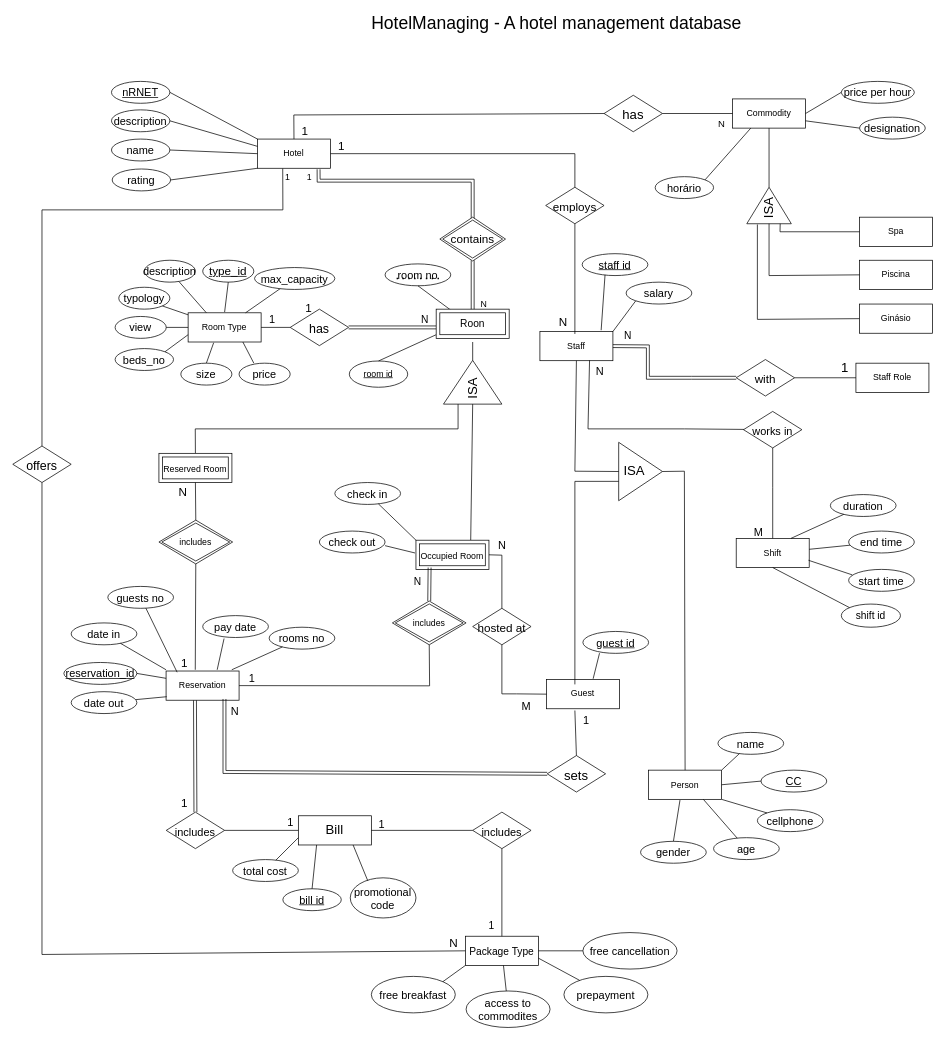
Before: HotelManagingER.drawio in icbaptista/HotelManaging, a draw.io diagram. Source tidied: cells renumbered, new cells numbered last; positions are measured from the earlier drawing's top-left corner, leaving out a move shared by most shapes. Both pictures are drawn from the tidied source at 73%, with x=0, y=0 at pixel (12, 12).
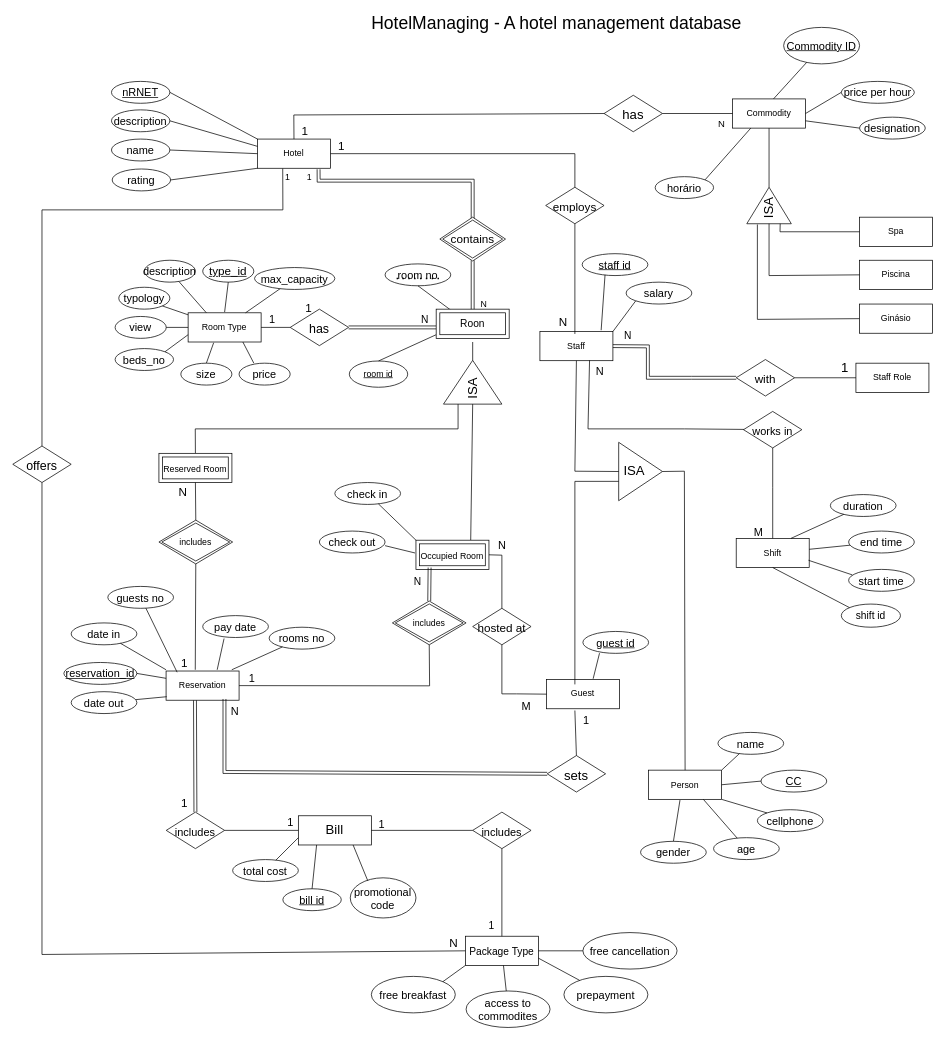
The same page after the edit.

Commit message:
Meti o Commodity ID

What changed in the source:
```diff
@@
+    <mxCell id="189" value="&lt;u&gt;Commodity ID&lt;/u&gt;" style="ellipse;whiteSpace=wrap;html=1;fontFamily=Helvetica;fontSize=15;fontColor=default;" parent="1" vertex="1">
+      <mxGeometry x="1056" y="20" width="104" height="50" as="geometry" />
+    </mxCell>
+    <mxCell id="190" style="endArrow=none;html=1;rounded=0;fontSize=15;exitX=1;exitY=0.5;exitDx=0;exitDy=0;" parent="1" edge="1" target="189">
+      <mxGeometry relative="1" as="geometry">
+        <mxPoint x="1042.1" y="118" as="sourcePoint" />
+      </mxGeometry>
+    </mxCell>
```
